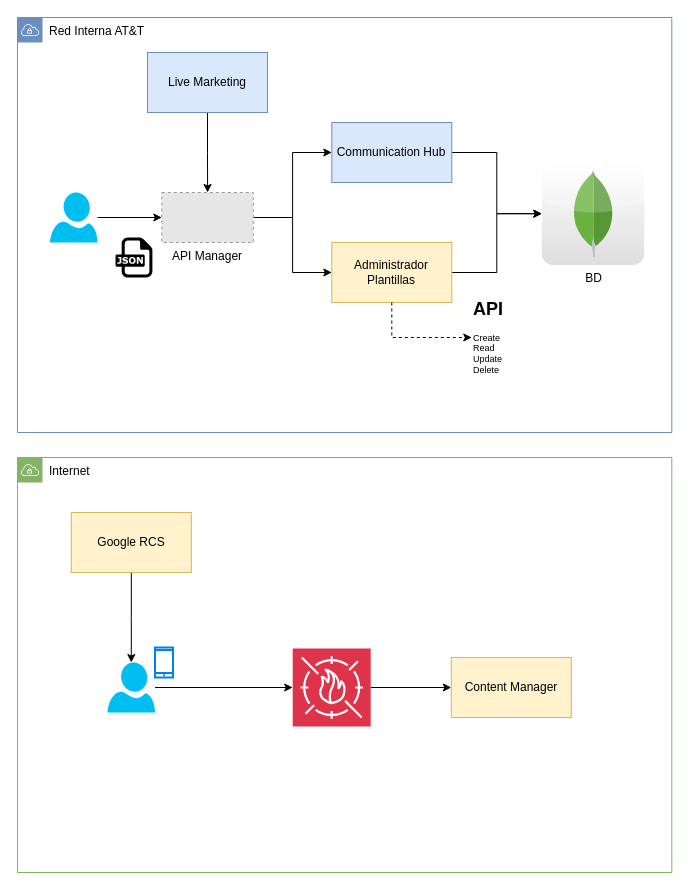
Above: Administrador de Plantillas.drawio in fhermq/diagrams (draw.io), before the change. Source tidied: cells renumbered, new cells numbered last; positions are measured from the earlier drawing's top-left corner, leaving out a move shared by most shapes. Both pictures are drawn from the tidied source at 100%, with x=0, y=0 at pixel (17, 17). Pictures stored in the file or linked from it are replaced by grey dashed boxes.
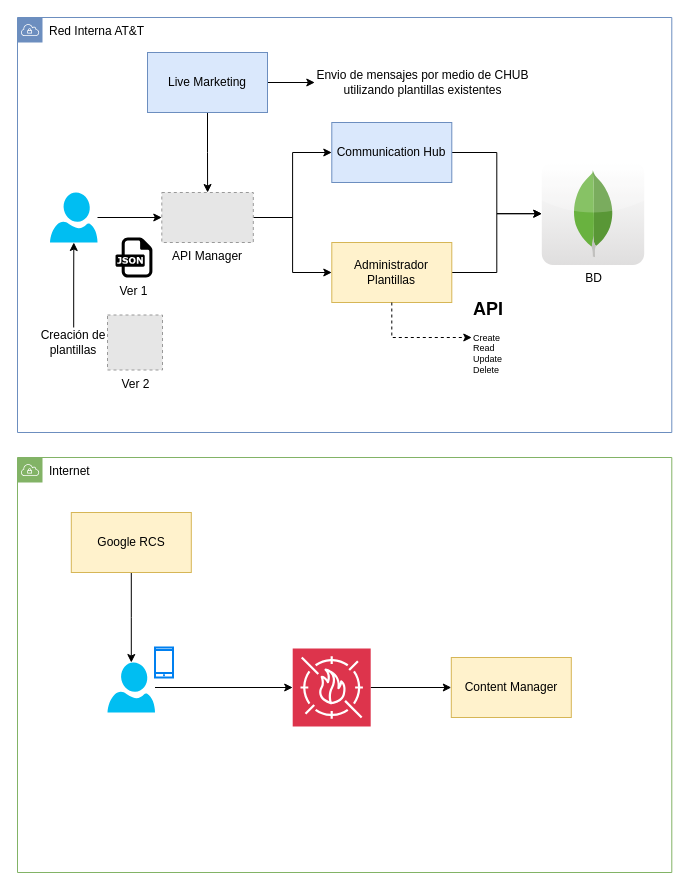
The same page after the edit.

The change refers to these unchanged cells:
```xml
<mxCell id="14" value="Live Marketing" style="rounded=0;whiteSpace=wrap;html=1;fillColor=#dae8fc;strokeColor=#6c8ebf;" parent="1" vertex="1">
  <mxGeometry x="130" y="35" width="120" height="60" as="geometry" />
</mxCell>
<mxCell id="23" style="verticalLabelPosition=bottom;html=1;verticalAlign=top;align=center;strokeColor=none;fillColor=#00BEF2;shape=mxgraph.azure.user;" parent="1" vertex="1">
  <mxGeometry x="32.5" y="175" width="47.5" height="50" as="geometry" />
</mxCell>
```

Diff of the diagram source:
```diff
@@
+    <mxCell id="27" style="edgeStyle=orthogonalEdgeStyle;rounded=0;jettySize=auto;html=1;" parent="1" edge="1" source="14" target="28">
+      <mxGeometry relative="1" as="geometry" />
+    </mxCell>
@@
-    <mxCell id="24" style="dashed=0;html=1;align=center;labelPosition=center;verticalLabelPosition=bottom;verticalAlign=top;shape=mxgraph.weblogos.json;" parent="1" vertex="1">
+    <mxCell id="24" value="Ver 1" style="dashed=0;html=1;align=center;labelPosition=center;verticalLabelPosition=bottom;verticalAlign=top;shape=mxgraph.weblogos.json;" parent="1" vertex="1">
       <mxGeometry x="98" y="220" width="36.9" height="40" as="geometry" />
     </mxCell>
@@
+    <mxCell id="28" value="Envio de mensajes por medio de CHUB utilizando plantillas existentes" style="text;html=1;align=center;verticalAlign=middle;whiteSpace=wrap;rounded=0;" parent="1" vertex="1">
+      <mxGeometry x="297.3" y="50" width="217" height="30" as="geometry" />
+    </mxCell>
+    <mxCell id="29" style="edgeStyle=orthogonalEdgeStyle;rounded=0;jettySize=auto;html=1;" parent="1" edge="1" source="30" target="23">
+      <mxGeometry relative="1" as="geometry" />
+    </mxCell>
+    <mxCell id="30" value="Creación de plantillas" style="text;html=1;align=center;verticalAlign=middle;whiteSpace=wrap;rounded=0;" parent="1" vertex="1">
+      <mxGeometry x="5.2" y="310" width="102" height="30" as="geometry" />
+    </mxCell>
+    <mxCell id="31" value="Ver 2" style="fillColor=#E6E6E6;strokeColor=#999999;dashed=1;html=1;verticalAlign=top;verticalLabelPosition=bottom;labelBackgroundColor=#ffffff;" parent="1" vertex="1">
+      <mxGeometry x="90" y="297.5" width="55" height="55" as="geometry" />
+    </mxCell>
```
